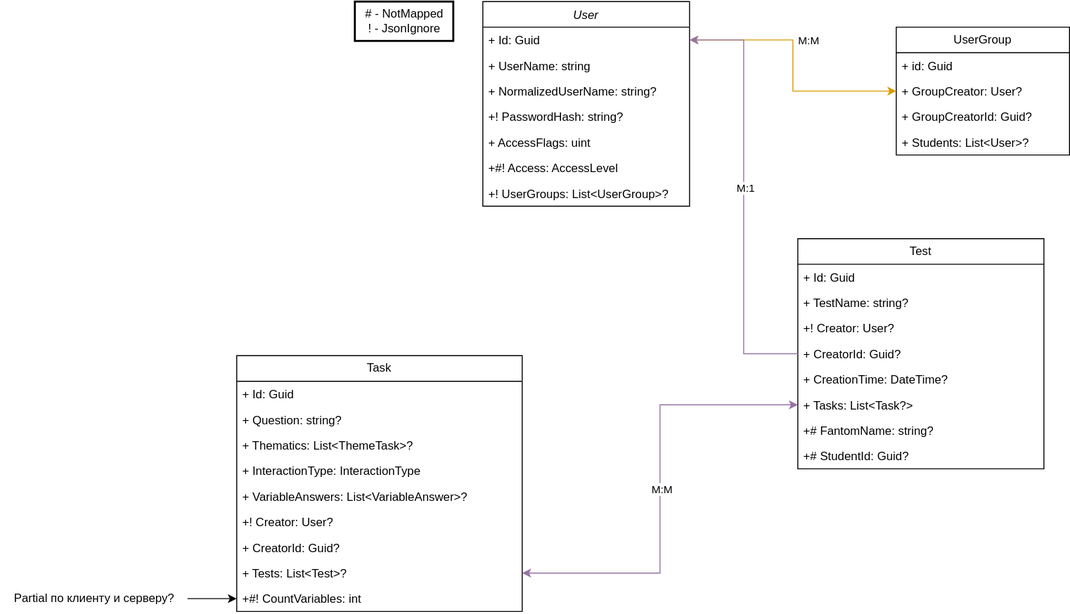
Above: DOCS/FelineX Classes.drawio.svg in KayzelW/FelineX (draw.io), before the change. Source tidied: cells renumbered, new cells last; positions are measured from the earlier drawing's top-left corner, leaving out a move shared by most shapes.
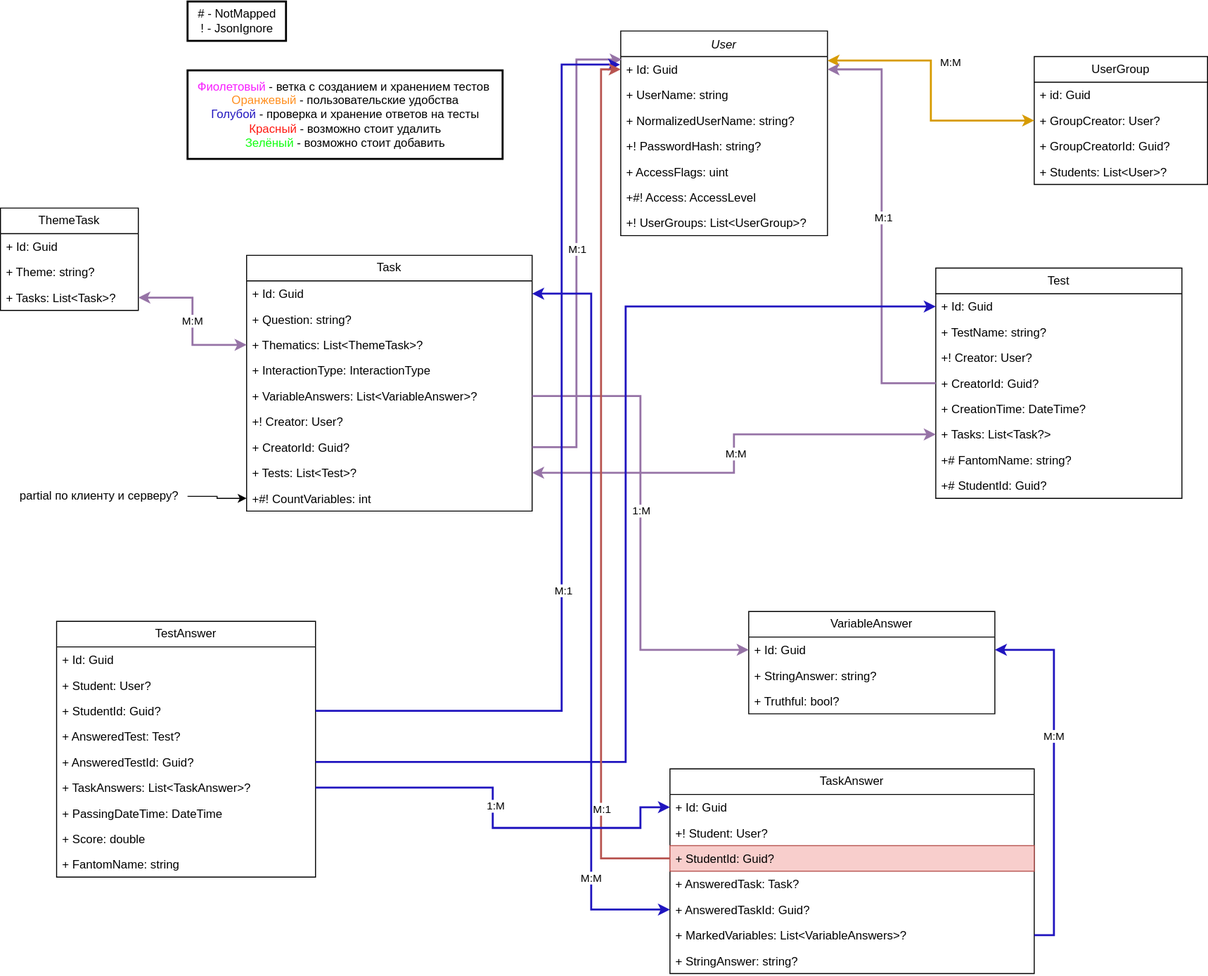
The same file after the commit.

Change to the diagram source:
```diff
@@ -41,7 +41,7 @@
     <mxCell id="14" value="+ Students: List&amp;lt;User&amp;gt;?" style="text;strokeColor=none;fillColor=none;align=left;verticalAlign=top;spacingLeft=4;spacingRight=4;overflow=hidden;whiteSpace=wrap;html=1;" parent="10" vertex="1">
       <mxGeometry y="104" width="176" height="26" as="geometry" />
     </mxCell>
-    <mxCell id="15" style="edgeStyle=orthogonalEdgeStyle;rounded=0;jettySize=auto;html=1;entryX=0;entryY=0.5;entryDx=0;entryDy=0;startArrow=classic;startFill=1;exitX=1;exitY=0.5;exitDx=0;exitDy=0;fillColor=#ffe6cc;strokeColor=#d79b00;" parent="1" edge="1" source="3" target="10">
+    <mxCell id="15" style="edgeStyle=orthogonalEdgeStyle;rounded=0;jettySize=auto;html=1;entryX=0;entryY=0.5;entryDx=0;entryDy=0;startArrow=classic;startFill=1;exitX=1;exitY=0.154;exitDx=0;exitDy=0;fillColor=#ffe6cc;strokeColor=#d79b00;strokeWidth=2;exitPerimeter=0;" parent="1" edge="1" source="3" target="10">
       <mxGeometry relative="1" as="geometry" />
     </mxCell>
     <mxCell id="16" value="М:М" style="edgeLabel;html=1;align=center;verticalAlign=middle;" parent="15" vertex="1">
@@ -76,10 +76,7 @@
     <mxCell id="25" value="+# StudentId: Guid?" style="text;strokeColor=none;fillColor=none;align=left;verticalAlign=top;spacingLeft=4;spacingRight=4;overflow=hidden;whiteSpace=wrap;html=1;" parent="17" vertex="1">
       <mxGeometry y="208" width="250" height="26" as="geometry" />
     </mxCell>
-    <mxCell id="26" value="# - NotMapped&lt;div&gt;! - JsonIgnore&lt;/div&gt;" style="text;html=1;align=center;verticalAlign=middle;strokeColor=default;fillColor=none;strokeWidth=2;" parent="1" vertex="1">
-      <mxGeometry x="360" width="100" height="40" as="geometry" />
-    </mxCell>
-    <mxCell id="27" style="edgeStyle=orthogonalEdgeStyle;rounded=0;jettySize=auto;html=1;entryX=1;entryY=0.5;entryDx=0;entryDy=0;exitX=0;exitY=0.5;exitDx=0;exitDy=0;fillColor=#e1d5e7;strokeColor=#9673a6;" parent="1" edge="1" source="21" target="3">
+    <mxCell id="27" style="edgeStyle=orthogonalEdgeStyle;rounded=0;jettySize=auto;html=1;entryX=1;entryY=0.5;entryDx=0;entryDy=0;exitX=0;exitY=0.5;exitDx=0;exitDy=0;fillColor=#e1d5e7;strokeColor=#9673a6;strokeWidth=2;" parent="1" edge="1" source="21" target="3">
       <mxGeometry relative="1" as="geometry" />
     </mxCell>
     <mxCell id="28" value="М:1" style="edgeLabel;html=1;align=center;verticalAlign=middle;" parent="27" vertex="1">
@@ -88,7 +85,7 @@
       </mxGeometry>
     </mxCell>
     <mxCell id="29" value="Task" style="swimlane;fontStyle=0;horizontal=1;startSize=26;fillColor=none;whiteSpace=wrap;html=1;" parent="1" vertex="1">
-      <mxGeometry x="240" y="360" width="290" height="260" as="geometry" />
+      <mxGeometry x="110" y="228" width="290" height="260" as="geometry" />
     </mxCell>
     <mxCell id="30" value="+ Id: Guid" style="text;strokeColor=none;fillColor=none;align=left;verticalAlign=top;spacingLeft=4;spacingRight=4;overflow=hidden;points=[[0,0.5],[1,0.5]];portConstraint=eastwest;whiteSpace=wrap;html=1;" parent="29" vertex="1">
       <mxGeometry y="26" width="290" height="26" as="geometry" />
@@ -117,7 +114,7 @@
     <mxCell id="38" value="+#! CountVariables: int" style="text;strokeColor=none;fillColor=none;align=left;verticalAlign=top;spacingLeft=4;spacingRight=4;overflow=hidden;points=[[0,0.5],[1,0.5]];portConstraint=eastwest;whiteSpace=wrap;html=1;" parent="29" vertex="1">
       <mxGeometry y="234" width="290" height="26" as="geometry" />
     </mxCell>
-    <mxCell id="39" style="edgeStyle=orthogonalEdgeStyle;rounded=0;jettySize=auto;html=1;entryX=0;entryY=0.5;entryDx=0;entryDy=0;startArrow=classic;startFill=1;exitX=1;exitY=0.5;exitDx=0;exitDy=0;fillColor=#e1d5e7;strokeColor=#9673a6;" parent="1" edge="1" source="37" target="23">
+    <mxCell id="39" style="edgeStyle=orthogonalEdgeStyle;rounded=0;jettySize=auto;html=1;entryX=0;entryY=0.5;entryDx=0;entryDy=0;startArrow=classic;startFill=1;exitX=1;exitY=0.5;exitDx=0;exitDy=0;fillColor=#e1d5e7;strokeColor=#9673a6;strokeWidth=2;" parent="1" edge="1" source="37" target="23">
       <mxGeometry relative="1" as="geometry" />
     </mxCell>
     <mxCell id="40" value="М:М" style="edgeLabel;html=1;align=center;verticalAlign=middle;" parent="39" vertex="1">
@@ -126,8 +123,163 @@
     <mxCell id="41" style="edgeStyle=orthogonalEdgeStyle;rounded=0;jettySize=auto;html=1;entryX=0;entryY=0.5;entryDx=0;entryDy=0;" parent="1" edge="1" source="42" target="38">
       <mxGeometry relative="1" as="geometry" />
     </mxCell>
-    <mxCell id="42" value="Partial по клиенту и серверу?" style="text;html=1;align=center;verticalAlign=middle;points=[];strokeColor=none;fillColor=none;" parent="1" vertex="1">
-      <mxGeometry y="592" width="190" height="30" as="geometry" />
+    <mxCell id="42" value="partial по клиенту и серверу?" style="text;html=1;align=center;verticalAlign=middle;points=[];strokeColor=none;fillColor=none;" parent="1" vertex="1">
+      <mxGeometry x="-130" y="458" width="180" height="30" as="geometry" />
     </mxCell>
+    <mxCell id="43" value="ThemeTask" style="swimlane;fontStyle=0;horizontal=1;startSize=26;fillColor=none;whiteSpace=wrap;html=1;" parent="1" vertex="1">
+      <mxGeometry x="-140" y="180" width="140" height="104" as="geometry" />
+    </mxCell>
+    <mxCell id="44" value="+ Id: Guid" style="text;strokeColor=none;fillColor=none;align=left;verticalAlign=top;spacingLeft=4;spacingRight=4;overflow=hidden;whiteSpace=wrap;html=1;" parent="43" vertex="1">
+      <mxGeometry y="26" width="140" height="26" as="geometry" />
+    </mxCell>
+    <mxCell id="45" value="+ Theme: string?" style="text;strokeColor=none;fillColor=none;align=left;verticalAlign=top;spacingLeft=4;spacingRight=4;overflow=hidden;whiteSpace=wrap;html=1;" parent="43" vertex="1">
+      <mxGeometry y="52" width="140" height="26" as="geometry" />
+    </mxCell>
+    <mxCell id="46" value="+ Tasks: List&amp;lt;Task&amp;gt;?" style="text;strokeColor=none;fillColor=none;align=left;verticalAlign=top;spacingLeft=4;spacingRight=4;overflow=hidden;points=[[0,0.5],[1,0.5]];portConstraint=eastwest;whiteSpace=wrap;html=1;" parent="43" vertex="1">
+      <mxGeometry y="78" width="140" height="26" as="geometry" />
+    </mxCell>
+    <mxCell id="47" style="edgeStyle=orthogonalEdgeStyle;rounded=0;jettySize=auto;html=1;exitX=0;exitY=0.5;exitDx=0;exitDy=0;entryX=1;entryY=0.5;entryDx=0;entryDy=0;startArrow=classic;startFill=1;fillColor=#e1d5e7;strokeColor=#9673a6;strokeWidth=2;" parent="1" edge="1" source="32" target="46">
+      <mxGeometry relative="1" as="geometry" />
+    </mxCell>
+    <mxCell id="48" value="М:М" style="edgeLabel;html=1;align=center;verticalAlign=middle;" parent="47" vertex="1">
+      <mxGeometry x="0.01" y="1" relative="1" as="geometry" />
+    </mxCell>
+    <mxCell id="49" value="VariableAnswer" style="swimlane;fontStyle=0;horizontal=1;startSize=26;fillColor=none;whiteSpace=wrap;html=1;" parent="1" vertex="1">
+      <mxGeometry x="620" y="590" width="250" height="104" as="geometry" />
+    </mxCell>
+    <mxCell id="50" value="+ Id: Guid" style="text;strokeColor=none;fillColor=none;align=left;verticalAlign=top;spacingLeft=4;spacingRight=4;overflow=hidden;points=[[0,0.5],[1,0.5]];portConstraint=eastwest;whiteSpace=wrap;html=1;" parent="49" vertex="1">
+      <mxGeometry y="26" width="250" height="26" as="geometry" />
+    </mxCell>
+    <mxCell id="51" value="+ StringAnswer: string?" style="text;strokeColor=none;fillColor=none;align=left;verticalAlign=top;spacingLeft=4;spacingRight=4;overflow=hidden;whiteSpace=wrap;html=1;" parent="49" vertex="1">
+      <mxGeometry y="52" width="250" height="26" as="geometry" />
+    </mxCell>
+    <mxCell id="52" value="+ Truthful: bool?" style="text;strokeColor=none;fillColor=none;align=left;verticalAlign=top;spacingLeft=4;spacingRight=4;overflow=hidden;whiteSpace=wrap;html=1;" parent="49" vertex="1">
+      <mxGeometry y="78" width="250" height="26" as="geometry" />
+    </mxCell>
+    <mxCell id="53" style="edgeStyle=orthogonalEdgeStyle;rounded=0;jettySize=auto;html=1;exitX=1;exitY=0.5;exitDx=0;exitDy=0;entryX=0;entryY=0.5;entryDx=0;entryDy=0;fillColor=#e1d5e7;strokeColor=#9673a6;strokeWidth=2;" parent="1" edge="1" source="34" target="50">
+      <mxGeometry relative="1" as="geometry" />
+    </mxCell>
+    <mxCell id="54" value="1:М" style="edgeLabel;html=1;align=center;verticalAlign=middle;" parent="53" vertex="1">
+      <mxGeometry x="-0.06" relative="1" as="geometry" />
+    </mxCell>
+    <mxCell id="55" style="group;" parent="1" vertex="1">
+      <mxGeometry x="50" y="-30" width="320" height="160" as="geometry" />
+    </mxCell>
+    <mxCell id="26" value="# - NotMapped&lt;div&gt;! - JsonIgnore&lt;/div&gt;" style="text;html=1;align=center;verticalAlign=middle;strokeColor=default;fillColor=none;strokeWidth=2;" parent="55" vertex="1">
+      <mxGeometry width="100" height="40" as="geometry" />
+    </mxCell>
+    <mxCell id="56" value="&lt;font color=&quot;#f71cff&quot;&gt;Фиолетовый&lt;/font&gt; - ветка с созданием и хранением тестов&amp;nbsp;&lt;div&gt;&lt;font color=&quot;#ff8f1f&quot;&gt;Оранжевый&lt;/font&gt; - пользовательские удобства&lt;/div&gt;&lt;div&gt;&lt;font color=&quot;#2015bf&quot;&gt;Голубой &lt;/font&gt;- проверка и хранение ответов на тесты&lt;/div&gt;&lt;div&gt;&lt;font color=&quot;#ff1a12&quot;&gt;Красный&lt;/font&gt; - возможно стоит удалить&lt;/div&gt;&lt;div&gt;&lt;font color=&quot;#12ff12&quot;&gt;Зелёный &lt;/font&gt;- возможно стоит добавить&lt;/div&gt;" style="text;html=1;align=center;verticalAlign=middle;strokeColor=default;fillColor=none;strokeWidth=2;" parent="55" vertex="1">
+      <mxGeometry y="70" width="320" height="90" as="geometry" />
+    </mxCell>
+    <mxCell id="57" value="TestAnswer" style="swimlane;fontStyle=0;horizontal=1;startSize=26;fillColor=none;whiteSpace=wrap;html=1;" parent="1" vertex="1">
+      <mxGeometry x="-83" y="600" width="263" height="260" as="geometry" />
+    </mxCell>
+    <mxCell id="58" value="+ Id: Guid" style="text;strokeColor=none;fillColor=none;align=left;verticalAlign=top;spacingLeft=4;spacingRight=4;overflow=hidden;whiteSpace=wrap;html=1;" parent="57" vertex="1">
+      <mxGeometry y="26" width="263" height="26" as="geometry" />
+    </mxCell>
+    <mxCell id="59" value="+ Student: User?" style="text;strokeColor=none;fillColor=none;align=left;verticalAlign=top;spacingLeft=4;spacingRight=4;overflow=hidden;whiteSpace=wrap;html=1;" parent="57" vertex="1">
+      <mxGeometry y="52" width="263" height="26" as="geometry" />
+    </mxCell>
+    <mxCell id="60" value="+ StudentId: Guid?" style="text;strokeColor=none;fillColor=none;align=left;verticalAlign=top;spacingLeft=4;spacingRight=4;overflow=hidden;points=[[0,0.5],[1,0.5]];portConstraint=eastwest;whiteSpace=wrap;html=1;" parent="57" vertex="1">
+      <mxGeometry y="78" width="263" height="26" as="geometry" />
+    </mxCell>
+    <mxCell id="61" value="+ AnsweredTest: Test?" style="text;strokeColor=none;fillColor=none;align=left;verticalAlign=top;spacingLeft=4;spacingRight=4;overflow=hidden;whiteSpace=wrap;html=1;" parent="57" vertex="1">
+      <mxGeometry y="104" width="263" height="26" as="geometry" />
+    </mxCell>
+    <mxCell id="62" value="+ AnsweredTestId: Guid?" style="text;strokeColor=none;fillColor=none;align=left;verticalAlign=top;spacingLeft=4;spacingRight=4;overflow=hidden;points=[[0,0.5],[1,0.5]];portConstraint=eastwest;whiteSpace=wrap;html=1;" parent="57" vertex="1">
+      <mxGeometry y="130" width="263" height="26" as="geometry" />
+    </mxCell>
+    <mxCell id="63" value="+ TaskAnswers: List&amp;lt;TaskAnswer&amp;gt;?" style="text;strokeColor=none;fillColor=none;align=left;verticalAlign=top;spacingLeft=4;spacingRight=4;overflow=hidden;points=[[0,0.5],[1,0.5]];portConstraint=eastwest;whiteSpace=wrap;html=1;" parent="57" vertex="1">
+      <mxGeometry y="156" width="263" height="26" as="geometry" />
+    </mxCell>
+    <mxCell id="64" value="+ PassingDateTime: DateTime" style="text;strokeColor=none;fillColor=none;align=left;verticalAlign=top;spacingLeft=4;spacingRight=4;overflow=hidden;whiteSpace=wrap;html=1;" parent="57" vertex="1">
+      <mxGeometry y="182" width="263" height="26" as="geometry" />
+    </mxCell>
+    <mxCell id="65" value="+ Score: double" style="text;strokeColor=none;fillColor=none;align=left;verticalAlign=top;spacingLeft=4;spacingRight=4;overflow=hidden;whiteSpace=wrap;html=1;" parent="57" vertex="1">
+      <mxGeometry y="208" width="263" height="26" as="geometry" />
+    </mxCell>
+    <mxCell id="66" value="+ FantomName: string" style="text;strokeColor=none;fillColor=none;align=left;verticalAlign=top;spacingLeft=4;spacingRight=4;overflow=hidden;whiteSpace=wrap;html=1;" parent="57" vertex="1">
+      <mxGeometry y="234" width="263" height="26" as="geometry" />
+    </mxCell>
+    <mxCell id="67" style="edgeStyle=orthogonalEdgeStyle;rounded=0;jettySize=auto;html=1;exitX=1;exitY=0.5;exitDx=0;exitDy=0;entryX=0.005;entryY=0.115;entryDx=0;entryDy=0;fillColor=#e1d5e7;strokeColor=#9673a6;strokeWidth=2;entryPerimeter=0;" parent="1" edge="1" source="36" target="3">
+      <mxGeometry relative="1" as="geometry" />
+    </mxCell>
+    <mxCell id="68" value="М:1" style="edgeLabel;html=1;align=center;verticalAlign=middle;" parent="67" vertex="1">
+      <mxGeometry x="0.02" relative="1" as="geometry" />
+    </mxCell>
+    <mxCell id="69" style="edgeStyle=orthogonalEdgeStyle;rounded=0;jettySize=auto;html=1;exitX=1;exitY=0.5;exitDx=0;exitDy=0;fillColor=#dae8fc;strokeColor=#2015BF;strokeWidth=2;entryX=-0.003;entryY=0.313;entryDx=0;entryDy=0;entryPerimeter=0;" parent="1" edge="1" source="60" target="3">
+      <mxGeometry relative="1" as="geometry">
+        <Array as="points">
+          <mxPoint x="430" y="691" />
+          <mxPoint x="430" y="34" />
+        </Array>
+      </mxGeometry>
+    </mxCell>
+    <mxCell id="70" value="М:1" style="edgeLabel;html=1;align=center;verticalAlign=middle;" parent="69" vertex="1">
+      <mxGeometry x="-0.23" y="-1" relative="1" as="geometry" />
+    </mxCell>
+    <mxCell id="71" style="edgeStyle=orthogonalEdgeStyle;rounded=0;jettySize=auto;html=1;exitX=1;exitY=0.5;exitDx=0;exitDy=0;entryX=0;entryY=0.5;entryDx=0;entryDy=0;fillColor=#dae8fc;strokeColor=#2015BF;strokeWidth=2;" parent="1" edge="1" source="62" target="18">
+      <mxGeometry relative="1" as="geometry" />
+    </mxCell>
+    <mxCell id="72" value="TaskAnswer" style="swimlane;fontStyle=0;horizontal=1;startSize=26;fillColor=none;whiteSpace=wrap;html=1;" parent="1" vertex="1">
+      <mxGeometry x="540" y="750" width="370" height="208" as="geometry" />
+    </mxCell>
+    <mxCell id="73" value="+ Id: Guid" style="text;strokeColor=none;fillColor=none;align=left;verticalAlign=top;spacingLeft=4;spacingRight=4;overflow=hidden;points=[[0,0.5],[1,0.5]];portConstraint=eastwest;whiteSpace=wrap;html=1;" parent="72" vertex="1">
+      <mxGeometry y="26" width="370" height="26" as="geometry" />
+    </mxCell>
+    <mxCell id="74" value="+! Student: User?" style="text;strokeColor=none;fillColor=none;align=left;verticalAlign=top;spacingLeft=4;spacingRight=4;overflow=hidden;whiteSpace=wrap;html=1;" parent="72" vertex="1">
+      <mxGeometry y="52" width="370" height="26" as="geometry" />
+    </mxCell>
+    <mxCell id="75" value="+ StudentId: Guid?" style="text;strokeColor=#b85450;fillColor=#f8cecc;align=left;verticalAlign=top;spacingLeft=4;spacingRight=4;overflow=hidden;points=[[0,0.5],[1,0.5]];portConstraint=eastwest;whiteSpace=wrap;html=1;" parent="72" vertex="1">
+      <mxGeometry y="78" width="370" height="26" as="geometry" />
+    </mxCell>
+    <mxCell id="76" value="+ AnsweredTask: Task?" style="text;strokeColor=none;fillColor=none;align=left;verticalAlign=top;spacingLeft=4;spacingRight=4;overflow=hidden;whiteSpace=wrap;html=1;" parent="72" vertex="1">
+      <mxGeometry y="104" width="370" height="26" as="geometry" />
+    </mxCell>
+    <mxCell id="77" value="+ AnsweredTaskId: Guid?" style="text;strokeColor=none;fillColor=none;align=left;verticalAlign=top;spacingLeft=4;spacingRight=4;overflow=hidden;points=[[0,0.5],[1,0.5]];portConstraint=eastwest;whiteSpace=wrap;html=1;" parent="72" vertex="1">
+      <mxGeometry y="130" width="370" height="26" as="geometry" />
+    </mxCell>
+    <mxCell id="78" value="+ MarkedVariables: List&amp;lt;VariableAnswers&amp;gt;?" style="text;strokeColor=none;fillColor=none;align=left;verticalAlign=top;spacingLeft=4;spacingRight=4;overflow=hidden;points=[[0,0.5],[1,0.5]];portConstraint=eastwest;whiteSpace=wrap;html=1;" parent="72" vertex="1">
+      <mxGeometry y="156" width="370" height="26" as="geometry" />
+    </mxCell>
+    <mxCell id="79" value="+ StringAnswer: string?" style="text;strokeColor=none;fillColor=none;align=left;verticalAlign=top;spacingLeft=4;spacingRight=4;overflow=hidden;whiteSpace=wrap;html=1;" parent="72" vertex="1">
+      <mxGeometry y="182" width="370" height="26" as="geometry" />
+    </mxCell>
+    <mxCell id="80" style="edgeStyle=orthogonalEdgeStyle;rounded=0;jettySize=auto;html=1;exitX=0;exitY=0.5;exitDx=0;exitDy=0;entryX=0;entryY=0.5;entryDx=0;entryDy=0;strokeWidth=2;fillColor=#f8cecc;strokeColor=#b85450;" parent="1" edge="1" source="75" target="3">
+      <mxGeometry relative="1" as="geometry" />
+    </mxCell>
+    <mxCell id="81" value="М:1" style="edgeLabel;html=1;align=center;verticalAlign=middle;" parent="80" vertex="1">
+      <mxGeometry x="-0.73" relative="1" as="geometry" />
+    </mxCell>
+    <mxCell id="82" style="edgeStyle=orthogonalEdgeStyle;rounded=0;jettySize=auto;html=1;exitX=0;exitY=0.5;exitDx=0;exitDy=0;entryX=1;entryY=0.5;entryDx=0;entryDy=0;strokeWidth=2;fillColor=#dae8fc;strokeColor=#2015BF;startArrow=classic;startFill=1;" parent="1" edge="1" source="77" target="30">
+      <mxGeometry relative="1" as="geometry">
+        <Array as="points">
+          <mxPoint x="460" y="893" />
+          <mxPoint x="460" y="267" />
+        </Array>
+      </mxGeometry>
+    </mxCell>
+    <mxCell id="83" value="М:М" style="edgeLabel;html=1;align=center;verticalAlign=middle;" parent="82" vertex="1">
+      <mxGeometry x="-0.7" y="1" relative="1" as="geometry" />
+    </mxCell>
+    <mxCell id="84" style="edgeStyle=orthogonalEdgeStyle;rounded=0;jettySize=auto;html=1;exitX=1;exitY=0.5;exitDx=0;exitDy=0;entryX=1;entryY=0.5;entryDx=0;entryDy=0;strokeWidth=2;fillColor=#dae8fc;strokeColor=#2015BF;" parent="1" edge="1" source="78" target="50">
+      <mxGeometry relative="1" as="geometry" />
+    </mxCell>
+    <mxCell id="85" value="М:М" style="edgeLabel;html=1;align=center;verticalAlign=middle;" parent="84" vertex="1">
+      <mxGeometry x="0.21" y="1" relative="1" as="geometry" />
+    </mxCell>
+    <mxCell id="86" style="edgeStyle=orthogonalEdgeStyle;rounded=0;jettySize=auto;html=1;entryX=0;entryY=0.5;entryDx=0;entryDy=0;strokeColor=#2015BF;strokeWidth=2;" parent="1" edge="1" source="63" target="73">
+      <mxGeometry relative="1" as="geometry">
+        <Array as="points">
+          <mxPoint x="360" y="769" />
+          <mxPoint x="360" y="810" />
+          <mxPoint x="510" y="810" />
+          <mxPoint x="510" y="789" />
+        </Array>
+      </mxGeometry>
+    </mxCell>
+    <mxCell id="87" value="1:М" style="edgeLabel;html=1;align=center;verticalAlign=middle;" parent="86" vertex="1">
+      <mxGeometry x="-0.06" y="2" relative="1" as="geometry" />
+    </mxCell>
   </root>
 </mxGraphModel>
```
